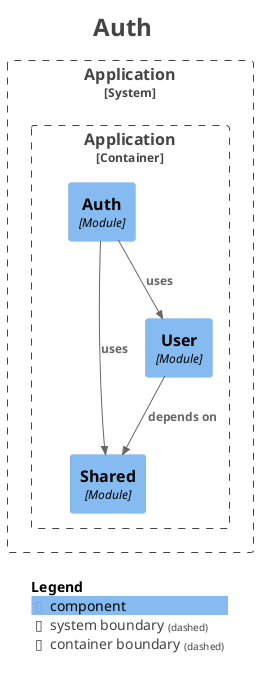
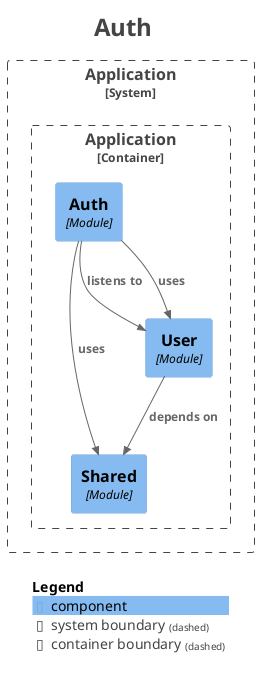
@startuml
title <size:24>Auth</size>

set separator none
top to bottom direction

<style>
  root {
    BackgroundColor: #ffffff
    FontColor: #444444
  }
</style>

!include <C4/C4>
!include <C4/C4_Context>
!include <C4/C4_Component>

System_Boundary("Application_boundary", "Application", $tags="") {
  Container_Boundary("Application.Application_boundary", "Application", $tags="") {
    Component(Application.Application.Shared, "Shared", $techn="Module", $descr="", $tags="", $link="")
    Component(Application.Application.User, "User", $techn="Module", $descr="", $tags="", $link="")
    Component(Application.Application.Auth, "Auth", $techn="Module", $descr="", $tags="", $link="")
  }

}

Rel(Application.Application.User, Application.Application.Shared, "depends on", $techn="", $tags="", $link="")
+ Rel(Application.Application.Auth, Application.Application.User, "listens to", $techn="", $tags="", $link="")
Rel(Application.Application.Auth, Application.Application.User, "uses", $techn="", $tags="", $link="")
Rel(Application.Application.Auth, Application.Application.Shared, "uses", $techn="", $tags="", $link="")

SHOW_LEGEND(true)
hide stereotypes
@enduml